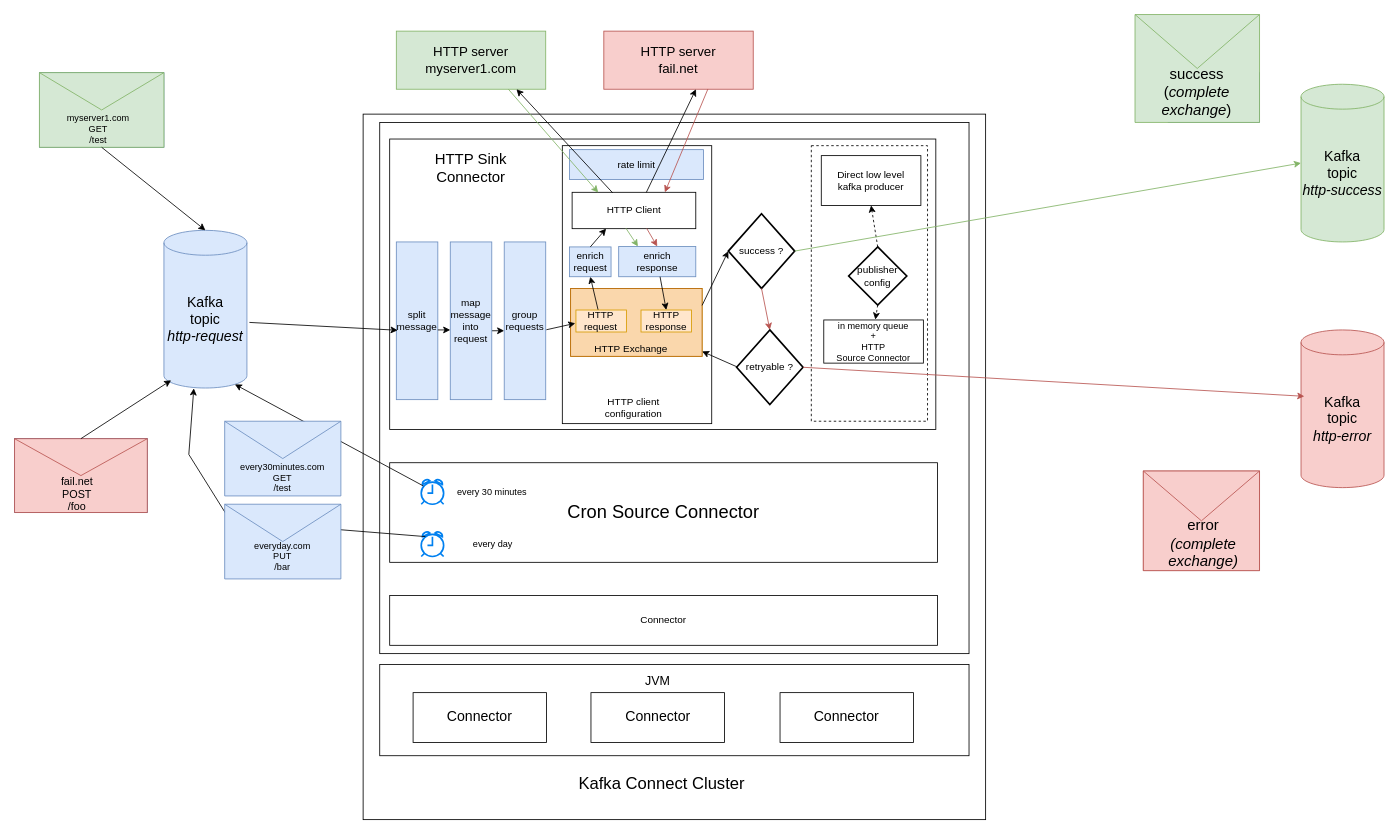
The draw.io diagram docs/architecture_options_2.drawio in clescot/kafka-connect-http, before the edit. Source tidied: cells renumbered, new cells numbered last; positions are measured from the earlier drawing's top-left corner, leaving out a move shared by most shapes. Both pictures are drawn from the tidied source at 83%, with x=0, y=0 at pixel (14, 14).
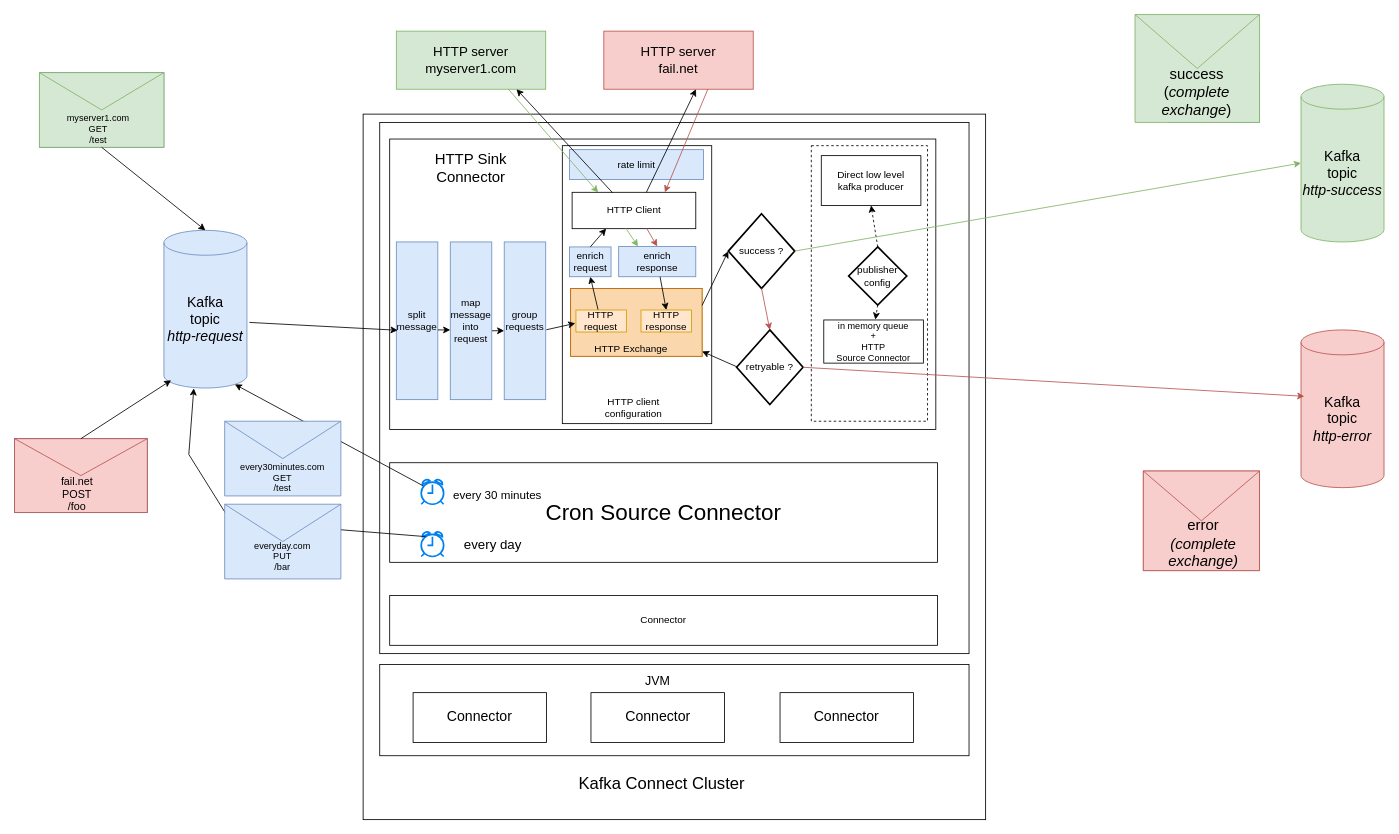
The same diagram, later.

Diff of the diagram source:
```diff
@@
-    <mxCell id="77" value="&lt;font style=&quot;font-size: 22px;&quot;&gt;Cron Source Connector&lt;/font&gt;" style="rounded=0;whiteSpace=wrap;html=1;" parent="1" vertex="1">
+    <mxCell id="77" value="&lt;font style=&quot;font-size: 27px;&quot;&gt;Cron Source Connector&lt;/font&gt;" style="rounded=0;whiteSpace=wrap;html=1;" parent="1" vertex="1">
       <mxGeometry x="452" y="540" width="660" height="120" as="geometry" />
     </mxCell>
@@
-    <mxCell id="84" value="&lt;div style=&quot;font-size: 11px;&quot;&gt;every 30 minutes&lt;/div&gt;" style="text;html=1;align=center;verticalAlign=middle;whiteSpace=wrap;rounded=0;" parent="1" vertex="1">
-      <mxGeometry x="524" y="567.5" width="103.3" height="15" as="geometry" />
+    <mxCell id="84" value="&lt;div style=&quot;&quot;&gt;&lt;font style=&quot;font-size: 14px;&quot;&gt;every 30 minutes&lt;/font&gt;&lt;/div&gt;" style="text;html=1;align=center;verticalAlign=middle;whiteSpace=wrap;rounded=0;" parent="1" vertex="1">
+      <mxGeometry x="524" y="567.5" width="116" height="22" as="geometry" />
     </mxCell>
-    <mxCell id="85" value="&lt;div style=&quot;font-size: 11px;&quot;&gt;every day&lt;/div&gt;" style="text;html=1;align=center;verticalAlign=middle;whiteSpace=wrap;rounded=0;" parent="1" vertex="1">
+    <mxCell id="85" value="&lt;div style=&quot;&quot;&gt;&lt;font style=&quot;font-size: 16px;&quot;&gt;every day&lt;/font&gt;&lt;/div&gt;" style="text;html=1;align=center;verticalAlign=middle;whiteSpace=wrap;rounded=0;" parent="1" vertex="1">
       <mxGeometry x="525" y="630.5" width="103.3" height="15" as="geometry" />
     </mxCell>
```
